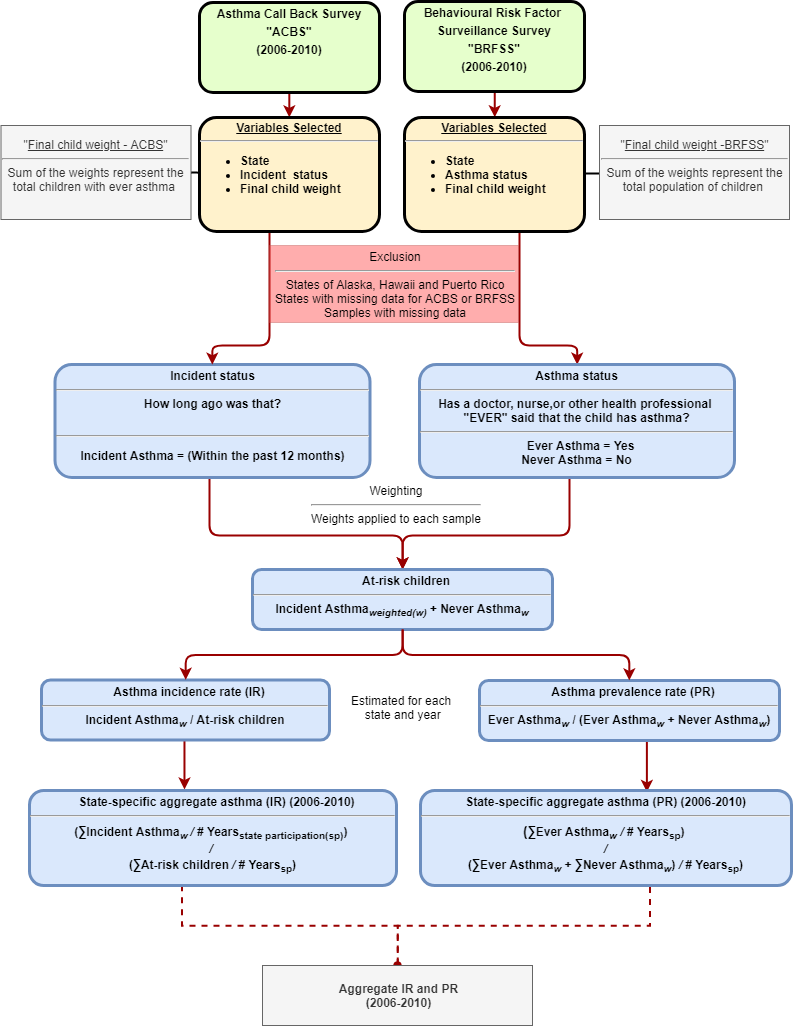
The draw.io diagram Results/Plots/Asthma Flow Chart-Asthma incidente rate ver5.png in raedkm/TTI-AsthmaIR, before a commit. Source tidied: cells renumbered, new cells last; positions are measured from the earlier drawing's top-left corner, leaving out a move shared by most shapes.
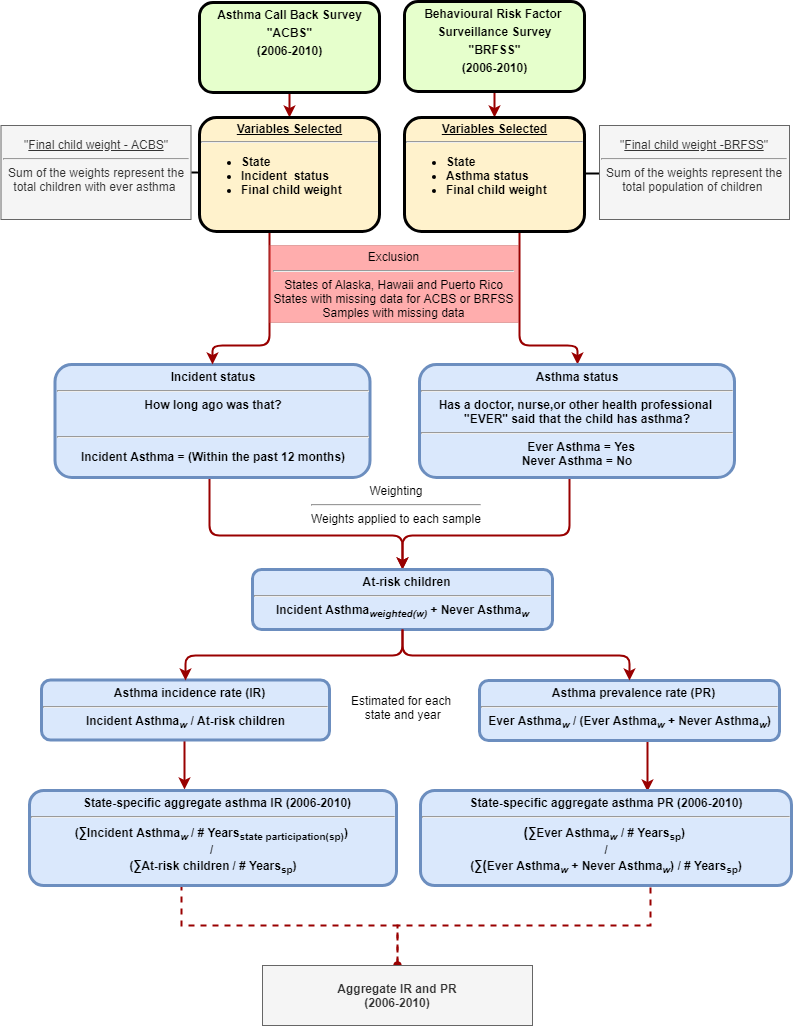
Later version of the same file.

Change to the diagram source:
```diff
@@ -82,7 +82,7 @@
     <mxCell id="21" style="edgeStyle=orthogonalEdgeStyle;rounded=0;jettySize=auto;html=1;strokeColor=#990000;strokeWidth=2;dashed=1;endArrow=oval;endFill=1;exitX=0.415;exitY=0.994;exitDx=0;exitDy=0;exitPerimeter=0;entryX=0.5;entryY=0;entryDx=0;entryDy=0;" parent="1" edge="1" source="22" target="30">
       <mxGeometry relative="1" as="geometry" />
     </mxCell>
-    <mxCell id="22" value="&lt;p style=&quot;margin: 0px ; margin-top: 4px ; text-align: center ; text-decoration: underline&quot;&gt;&lt;/p&gt;&lt;p style=&quot;margin: 0px ; margin-left: 8px&quot;&gt;&lt;span&gt;State-specific aggregate asthma (IR) (2006-2010)&lt;/span&gt;&lt;/p&gt;&lt;hr&gt;(&lt;span style=&quot;font-family: &amp;#34;calibri&amp;#34; , sans-serif ; font-size: 14.6667px&quot;&gt;∑&lt;/span&gt;Incident Asthma&lt;i&gt;&lt;sub&gt;w&amp;nbsp;&lt;/sub&gt;/&amp;nbsp;&lt;/i&gt;# Years&lt;sub&gt;state participation(sp)&lt;/sub&gt;)&amp;nbsp;&lt;br&gt;&lt;i&gt;/&lt;/i&gt;&amp;nbsp;&lt;br&gt;(&lt;span style=&quot;font-family: &amp;#34;calibri&amp;#34; , sans-serif ; font-size: 14.6667px&quot;&gt;∑&lt;/span&gt;At-risk children&lt;sub&gt;&lt;i&gt;&amp;nbsp;&lt;/i&gt;&lt;/sub&gt;&lt;i&gt;/&lt;/i&gt; # Years&lt;sub&gt;sp&lt;/sub&gt;)" style="verticalAlign=middle;align=center;overflow=fill;fontSize=12;fontFamily=Helvetica;html=1;rounded=1;fontStyle=1;strokeWidth=3;fillColor=#dae8fc;strokeColor=#6c8ebf;" parent="1" vertex="1">
+    <mxCell id="22" value="&lt;p style=&quot;margin: 0px ; margin-top: 4px ; text-align: center ; text-decoration: underline&quot;&gt;&lt;/p&gt;&lt;p style=&quot;margin: 0px ; margin-left: 8px&quot;&gt;&lt;span&gt;State-specific aggregate asthma IR (2006-2010)&lt;/span&gt;&lt;/p&gt;&lt;hr&gt;(&lt;span style=&quot;font-family: &amp;#34;calibri&amp;#34; , sans-serif ; font-size: 14.6667px&quot;&gt;∑&lt;/span&gt;Incident Asthma&lt;sub style=&quot;font-style: italic&quot;&gt;w&amp;nbsp;&lt;/sub&gt;/&lt;i&gt;&amp;nbsp;&lt;/i&gt;# Years&lt;sub&gt;state participation(sp)&lt;/sub&gt;)&amp;nbsp;&lt;br&gt;/&amp;nbsp;&lt;br&gt;(&lt;span style=&quot;font-family: &amp;#34;calibri&amp;#34; , sans-serif ; font-size: 14.6667px&quot;&gt;∑&lt;/span&gt;At-risk children&lt;sub&gt;&lt;i&gt;&amp;nbsp;&lt;/i&gt;&lt;/sub&gt;/ # Years&lt;sub&gt;sp&lt;/sub&gt;)" style="verticalAlign=middle;align=center;overflow=fill;fontSize=12;fontFamily=Helvetica;html=1;rounded=1;fontStyle=1;strokeWidth=3;fillColor=#dae8fc;strokeColor=#6c8ebf;" parent="1" vertex="1">
       <mxGeometry x="28" y="789" width="367" height="95" as="geometry" />
     </mxCell>
     <mxCell id="23" style="edgeStyle=elbowEdgeStyle;elbow=vertical;strokeColor=#990000;strokeWidth=2;exitX=0.5;exitY=1;exitDx=0;exitDy=0;comic=0;shadow=0;entryX=0.5;entryY=0;entryDx=0;entryDy=0;" parent="1" edge="1" source="18" target="20">
@@ -101,7 +101,7 @@
     <mxCell id="26" style="edgeStyle=orthogonalEdgeStyle;rounded=0;jettySize=auto;html=1;strokeColor=#990000;strokeWidth=2;exitX=0.619;exitY=1.019;exitDx=0;exitDy=0;exitPerimeter=0;dashed=1;endArrow=oval;endFill=1;entryX=0.5;entryY=0;entryDx=0;entryDy=0;" parent="1" edge="1" source="27" target="30">
       <mxGeometry relative="1" as="geometry" />
     </mxCell>
-    <mxCell id="27" value="&lt;p style=&quot;margin: 0px ; margin-top: 4px ; text-align: center ; text-decoration: underline&quot;&gt;&lt;/p&gt;State-specific a&lt;span&gt;ggregate asthma (PR)&lt;/span&gt;&amp;nbsp;(2006-2010)&lt;br&gt;&lt;hr&gt;&lt;span style=&quot;font-family: &amp;#34;calibri&amp;#34; , sans-serif ; font-size: 14.6667px&quot;&gt;(&lt;/span&gt;&lt;span style=&quot;font-family: &amp;#34;calibri&amp;#34; , sans-serif ; font-size: 14.6667px&quot;&gt;∑&lt;/span&gt;Ever Asthma&lt;i&gt;&lt;sub&gt;w&lt;/sub&gt;&lt;/i&gt;&amp;nbsp;&lt;i&gt;/&lt;/i&gt; # Years&lt;sub&gt;sp&lt;/sub&gt;) &lt;br&gt;&lt;i&gt;/&lt;/i&gt;&lt;br&gt;(&lt;span style=&quot;font-family: &amp;#34;calibri&amp;#34; , sans-serif ; font-size: 14.6667px&quot;&gt;∑&lt;/span&gt;Ever Asthma&lt;i&gt;&lt;sub&gt;w&lt;/sub&gt;&lt;/i&gt; +&amp;nbsp;&lt;span style=&quot;font-family: &amp;#34;calibri&amp;#34; , sans-serif ; font-size: 14.6667px&quot;&gt;∑&lt;/span&gt;Never Asthma&lt;sub&gt;&lt;i&gt;w&lt;/i&gt;&lt;/sub&gt;) &lt;i&gt;/&lt;/i&gt; # Years&lt;sub&gt;sp&lt;/sub&gt;)" style="verticalAlign=middle;align=center;overflow=fill;fontSize=12;fontFamily=Helvetica;html=1;rounded=1;fontStyle=1;strokeWidth=3;fillColor=#dae8fc;strokeColor=#6c8ebf;" parent="1" vertex="1">
+    <mxCell id="27" value="&lt;p style=&quot;margin: 0px ; margin-top: 4px ; text-align: center ; text-decoration: underline&quot;&gt;&lt;/p&gt;State-specific a&lt;span&gt;ggregate asthma PR&lt;/span&gt;&amp;nbsp;(2006-2010)&lt;br&gt;&lt;hr&gt;&lt;span style=&quot;font-family: &amp;#34;calibri&amp;#34; , sans-serif ; font-size: 14.6667px&quot;&gt;(&lt;/span&gt;&lt;span style=&quot;font-family: &amp;#34;calibri&amp;#34; , sans-serif ; font-size: 14.6667px&quot;&gt;∑&lt;/span&gt;Ever Asthma&lt;i&gt;&lt;sub&gt;w&lt;/sub&gt;&lt;/i&gt;&amp;nbsp;/ # Years&lt;sub&gt;sp&lt;/sub&gt;) &lt;br&gt;/&lt;br&gt;(&lt;span style=&quot;font-family: &amp;#34;calibri&amp;#34; , sans-serif ; font-size: 14.6667px&quot;&gt;∑(&lt;/span&gt;Ever Asthma&lt;i&gt;&lt;sub&gt;w&lt;/sub&gt;&lt;/i&gt; +&amp;nbsp;Never Asthma&lt;sub&gt;&lt;i&gt;w&lt;/i&gt;&lt;/sub&gt;) / # Years&lt;sub&gt;sp&lt;/sub&gt;)" style="verticalAlign=middle;align=center;overflow=fill;fontSize=12;fontFamily=Helvetica;html=1;rounded=1;fontStyle=1;strokeWidth=3;fillColor=#dae8fc;strokeColor=#6c8ebf;" parent="1" vertex="1">
       <mxGeometry x="419" y="789" width="371" height="95" as="geometry" />
     </mxCell>
     <mxCell id="28" style="edgeStyle=elbowEdgeStyle;elbow=vertical;strokeColor=#990000;strokeWidth=2;entryX=0.5;entryY=0;entryDx=0;entryDy=0;exitX=0.5;exitY=1;exitDx=0;exitDy=0;comic=0;shadow=0;" parent="1" edge="1" source="18" target="25">
```
